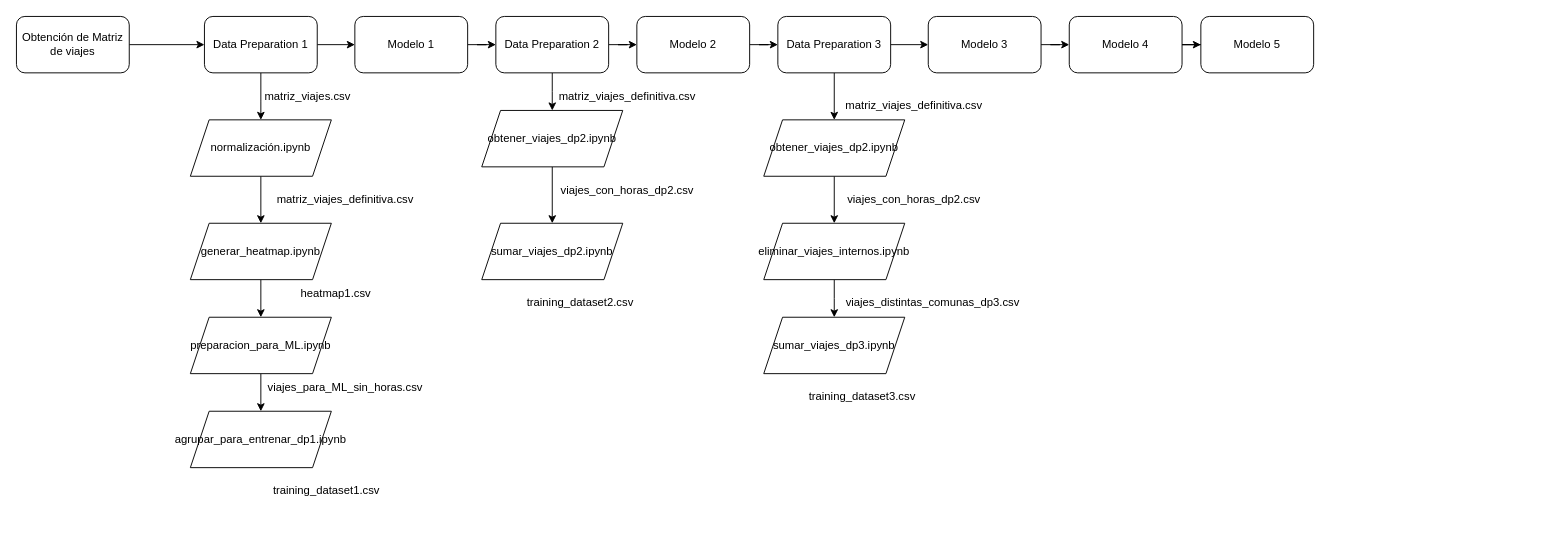
Before: Documentación/modelos.drawio in A01411547/RetoMovilidadUrbana, a draw.io diagram. Source tidied: cells renumbered, new cells numbered last; positions are measured from the earlier drawing's top-left corner, leaving out a move shared by most shapes. Both pictures are drawn from the tidied source at 94%, with x=0, y=0 at pixel (16, 16).
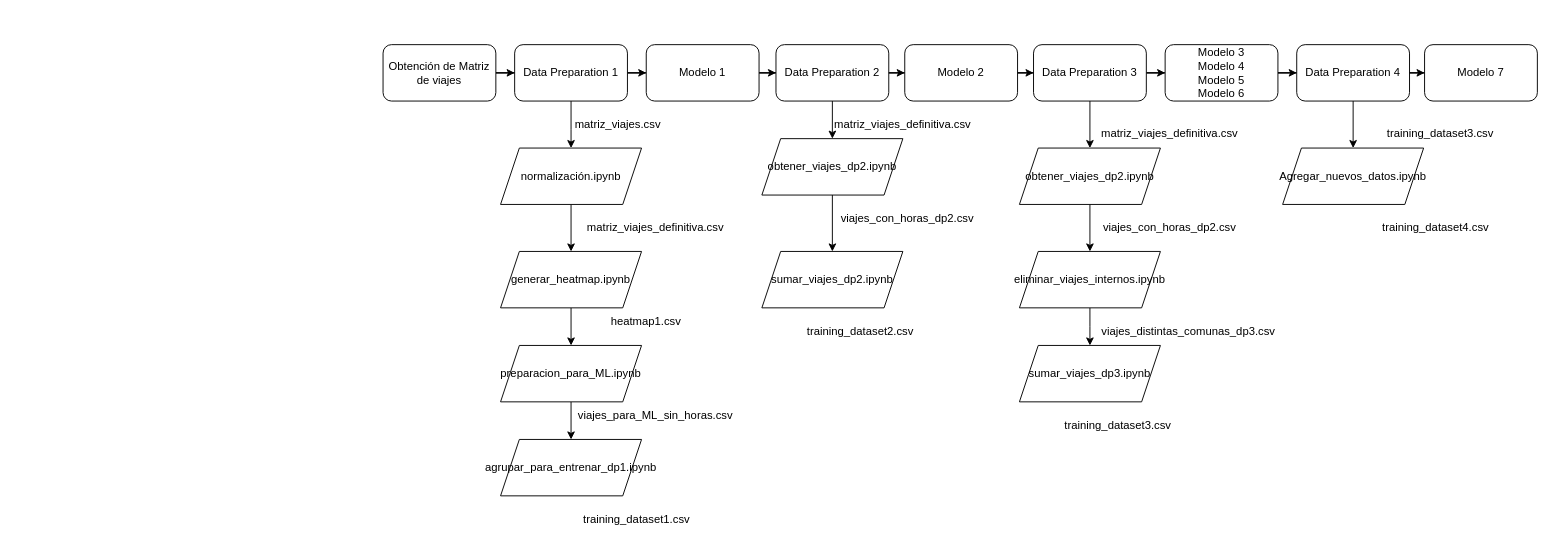
The same diagram, later.

Commit message (it also covers changes not shown here):
Actualizar diagrama de modelación

The edit, as a diff of the source:
```diff
@@
     <mxCell id="2" style="edgeStyle=orthogonalEdgeStyle;rounded=0;jettySize=auto;html=1;entryX=0.5;entryY=0;entryDx=0;entryDy=0;" parent="1" edge="1" source="4" target="23">
       <mxGeometry relative="1" as="geometry">
         <Array as="points">
-          <mxPoint x="260" y="90" />
-          <mxPoint x="260" y="90" />
+          <mxPoint x="590" y="120" />
+          <mxPoint x="590" y="120" />
         </Array>
       </mxGeometry>
     </mxCell>
@@
     <mxCell id="4" value="Data Preparation 1" style="rounded=1;whiteSpace=wrap;html=1;" parent="1" vertex="1">
-      <mxGeometry x="200" width="120" height="60" as="geometry" />
+      <mxGeometry x="530" y="30" width="120" height="60" as="geometry" />
     </mxCell>
@@
     <mxCell id="6" value="Modelo 1" style="rounded=1;whiteSpace=wrap;html=1;" parent="1" vertex="1">
-      <mxGeometry x="360" width="120" height="60" as="geometry" />
+      <mxGeometry x="670" y="30" width="120" height="60" as="geometry" />
     </mxCell>
-    <mxCell id="7" style="edgeStyle=orthogonalEdgeStyle;rounded=0;jettySize=auto;html=1;" parent="1" edge="1" source="9">
-      <mxGeometry relative="1" as="geometry">
-        <mxPoint x="570" y="100" as="targetPoint" />
-      </mxGeometry>
-    </mxCell>
@@
+    <mxCell id="49" style="edgeStyle=orthogonalEdgeStyle;rounded=0;jettySize=auto;html=1;" parent="1" edge="1" source="9" target="36">
+      <mxGeometry relative="1" as="geometry" />
+    </mxCell>
     <mxCell id="9" value="Data Preparation 2" style="rounded=1;whiteSpace=wrap;html=1;" parent="1" vertex="1">
-      <mxGeometry x="510" width="120" height="60" as="geometry" />
+      <mxGeometry x="808" y="30" width="120" height="60" as="geometry" />
     </mxCell>
@@
     <mxCell id="11" value="Modelo 2" style="rounded=1;whiteSpace=wrap;html=1;" parent="1" vertex="1">
-      <mxGeometry x="660" width="120" height="60" as="geometry" />
+      <mxGeometry x="945" y="30" width="120" height="60" as="geometry" />
     </mxCell>
@@
     <mxCell id="14" value="Data Preparation 3" style="rounded=1;whiteSpace=wrap;html=1;" parent="1" vertex="1">
-      <mxGeometry x="810" width="120" height="60" as="geometry" />
+      <mxGeometry x="1082" y="30" width="120" height="60" as="geometry" />
     </mxCell>
-    <mxCell id="15" style="edgeStyle=orthogonalEdgeStyle;rounded=0;jettySize=auto;html=1;" parent="1" edge="1" source="16" target="18">
-      <mxGeometry relative="1" as="geometry" />
-    </mxCell>
+    <mxCell id="50" style="edgeStyle=orthogonalEdgeStyle;rounded=0;jettySize=auto;html=1;entryX=0;entryY=0.5;entryDx=0;entryDy=0;" parent="1" edge="1" source="16" target="53">
+      <mxGeometry relative="1" as="geometry" />
+    </mxCell>
-    <mxCell id="16" value="Modelo 3" style="rounded=1;whiteSpace=wrap;html=1;" parent="1" vertex="1">
-      <mxGeometry x="970" width="120" height="60" as="geometry" />
+    <mxCell id="16" value="Modelo 3&lt;br&gt;Modelo 4&lt;br&gt;Modelo 5&lt;br&gt;Modelo 6" style="rounded=1;whiteSpace=wrap;html=1;" parent="1" vertex="1">
+      <mxGeometry x="1222" y="30" width="120" height="60" as="geometry" />
     </mxCell>
-    <mxCell id="17" style="edgeStyle=orthogonalEdgeStyle;rounded=0;jettySize=auto;html=1;" parent="1" edge="1" source="18" target="19">
-      <mxGeometry relative="1" as="geometry" />
-    </mxCell>
-    <mxCell id="18" value="Modelo 4&lt;br&gt;" style="rounded=1;whiteSpace=wrap;html=1;" parent="1" vertex="1">
-      <mxGeometry x="1120" width="120" height="60" as="geometry" />
-    </mxCell>
-    <mxCell id="19" value="Modelo 5&lt;br&gt;" style="rounded=1;whiteSpace=wrap;html=1;" parent="1" vertex="1">
-      <mxGeometry x="1260" width="120" height="60" as="geometry" />
-    </mxCell>
@@
     <mxCell id="21" value="Obtención de Matriz de viajes" style="rounded=1;whiteSpace=wrap;html=1;" parent="1" vertex="1">
-      <mxGeometry width="120" height="60" as="geometry" />
+      <mxGeometry x="390" y="30" width="120" height="60" as="geometry" />
     </mxCell>
@@
     <mxCell id="23" value="normalización.ipynb" style="shape=parallelogram;perimeter=parallelogramPerimeter;whiteSpace=wrap;html=1;fixedSize=1;" parent="1" vertex="1">
-      <mxGeometry x="185" y="110" width="150" height="60" as="geometry" />
+      <mxGeometry x="515" y="140" width="150" height="60" as="geometry" />
     </mxCell>
@@
     <mxCell id="25" value="generar_heatmap.ipynb" style="shape=parallelogram;perimeter=parallelogramPerimeter;whiteSpace=wrap;html=1;fixedSize=1;" parent="1" vertex="1">
-      <mxGeometry x="185" y="220" width="150" height="60" as="geometry" />
+      <mxGeometry x="515" y="250" width="150" height="60" as="geometry" />
     </mxCell>
@@
     <mxCell id="27" value="preparacion_para_ML.ipynb" style="shape=parallelogram;perimeter=parallelogramPerimeter;whiteSpace=wrap;html=1;fixedSize=1;" parent="1" vertex="1">
-      <mxGeometry x="185" y="320" width="150" height="60" as="geometry" />
+      <mxGeometry x="515" y="350" width="150" height="60" as="geometry" />
     </mxCell>
     <mxCell id="28" value="agrupar_para_entrenar_dp1.ipynb" style="shape=parallelogram;perimeter=parallelogramPerimeter;whiteSpace=wrap;html=1;fixedSize=1;" parent="1" vertex="1">
-      <mxGeometry x="185" y="420" width="150" height="60" as="geometry" />
+      <mxGeometry x="515" y="450" width="150" height="60" as="geometry" />
     </mxCell>
     <mxCell id="29" value="matriz_viajes.csv" style="text;html=1;strokeColor=none;fillColor=none;align=center;verticalAlign=middle;whiteSpace=wrap;rounded=0;" parent="1" vertex="1">
-      <mxGeometry x="280" y="70" width="60" height="30" as="geometry" />
+      <mxGeometry x="610" y="100" width="60" height="30" as="geometry" />
     </mxCell>
     <mxCell id="30" value="matriz_viajes_definitiva.csv" style="text;html=1;strokeColor=none;fillColor=none;align=center;verticalAlign=middle;whiteSpace=wrap;rounded=0;" parent="1" vertex="1">
-      <mxGeometry x="320" y="180" width="60" height="30" as="geometry" />
+      <mxGeometry x="650" y="210" width="60" height="30" as="geometry" />
     </mxCell>
     <mxCell id="31" value="heatmap1.csv" style="text;html=1;strokeColor=none;fillColor=none;align=center;verticalAlign=middle;whiteSpace=wrap;rounded=0;" parent="1" vertex="1">
-      <mxGeometry x="310" y="280" width="60" height="30" as="geometry" />
+      <mxGeometry x="640" y="310" width="60" height="30" as="geometry" />
     </mxCell>
     <mxCell id="32" value="viajes_para_ML_sin_horas.csv" style="text;html=1;strokeColor=none;fillColor=none;align=center;verticalAlign=middle;whiteSpace=wrap;rounded=0;" parent="1" vertex="1">
-      <mxGeometry x="320" y="380" width="60" height="30" as="geometry" />
+      <mxGeometry x="650" y="410" width="60" height="30" as="geometry" />
     </mxCell>
     <mxCell id="33" value="training_dataset1.csv" style="text;html=1;strokeColor=none;fillColor=none;align=center;verticalAlign=middle;whiteSpace=wrap;rounded=0;" parent="1" vertex="1">
-      <mxGeometry x="300" y="490" width="60" height="30" as="geometry" />
+      <mxGeometry x="630" y="520" width="60" height="30" as="geometry" />
     </mxCell>
     <mxCell id="34" value="matriz_viajes_definitiva.csv" style="text;html=1;strokeColor=none;fillColor=none;align=center;verticalAlign=middle;whiteSpace=wrap;rounded=0;" parent="1" vertex="1">
-      <mxGeometry x="620" y="70" width="60" height="30" as="geometry" />
+      <mxGeometry x="913" y="100" width="60" height="30" as="geometry" />
     </mxCell>
@@
     <mxCell id="36" value="obtener_viajes_dp2.ipynb" style="shape=parallelogram;perimeter=parallelogramPerimeter;whiteSpace=wrap;html=1;fixedSize=1;" parent="1" vertex="1">
-      <mxGeometry x="495" y="100" width="150" height="60" as="geometry" />
+      <mxGeometry x="793" y="130" width="150" height="60" as="geometry" />
     </mxCell>
     <mxCell id="37" value="sumar_viajes_dp2.ipynb" style="shape=parallelogram;perimeter=parallelogramPerimeter;whiteSpace=wrap;html=1;fixedSize=1;" parent="1" vertex="1">
-      <mxGeometry x="495" y="220" width="150" height="60" as="geometry" />
+      <mxGeometry x="793" y="250" width="150" height="60" as="geometry" />
     </mxCell>
     <mxCell id="38" value="viajes_con_horas_dp2.csv" style="text;html=1;strokeColor=none;fillColor=none;align=center;verticalAlign=middle;whiteSpace=wrap;rounded=0;" parent="1" vertex="1">
-      <mxGeometry x="620" y="170" width="60" height="30" as="geometry" />
+      <mxGeometry x="918" y="200" width="60" height="30" as="geometry" />
     </mxCell>
     <mxCell id="39" value="training_dataset2.csv" style="text;html=1;strokeColor=none;fillColor=none;align=center;verticalAlign=middle;whiteSpace=wrap;rounded=0;" parent="1" vertex="1">
-      <mxGeometry x="570" y="290" width="60" height="30" as="geometry" />
+      <mxGeometry x="868" y="320" width="60" height="30" as="geometry" />
     </mxCell>
     <mxCell id="40" value="matriz_viajes_definitiva.csv" style="text;html=1;strokeColor=none;fillColor=none;align=center;verticalAlign=middle;whiteSpace=wrap;rounded=0;" parent="1" vertex="1">
-      <mxGeometry x="925" y="80" width="60" height="30" as="geometry" />
+      <mxGeometry x="1197" y="110" width="60" height="30" as="geometry" />
     </mxCell>
@@
     <mxCell id="42" value="obtener_viajes_dp2.ipynb" style="shape=parallelogram;perimeter=parallelogramPerimeter;whiteSpace=wrap;html=1;fixedSize=1;" parent="1" vertex="1">
-      <mxGeometry x="795" y="110" width="150" height="60" as="geometry" />
+      <mxGeometry x="1067" y="140" width="150" height="60" as="geometry" />
     </mxCell>
     <mxCell id="43" value="viajes_con_horas_dp2.csv" style="text;html=1;strokeColor=none;fillColor=none;align=center;verticalAlign=middle;whiteSpace=wrap;rounded=0;" parent="1" vertex="1">
-      <mxGeometry x="925" y="180" width="60" height="30" as="geometry" />
+      <mxGeometry x="1197" y="210" width="60" height="30" as="geometry" />
     </mxCell>
     <mxCell id="44" style="edgeStyle=orthogonalEdgeStyle;rounded=0;jettySize=auto;html=1;" parent="1" edge="1" source="45">
       <mxGeometry relative="1" as="geometry">
-        <mxPoint x="870" y="320" as="targetPoint" />
+        <mxPoint x="1142" y="350" as="targetPoint" />
       </mxGeometry>
     </mxCell>
     <mxCell id="45" value="eliminar_viajes_internos.ipynb" style="shape=parallelogram;perimeter=parallelogramPerimeter;whiteSpace=wrap;html=1;fixedSize=1;" parent="1" vertex="1">
-      <mxGeometry x="795" y="220" width="150" height="60" as="geometry" />
+      <mxGeometry x="1067" y="250" width="150" height="60" as="geometry" />
     </mxCell>
     <mxCell id="46" value="viajes_distintas_comunas_dp3.csv" style="text;html=1;strokeColor=none;fillColor=none;align=center;verticalAlign=middle;whiteSpace=wrap;rounded=0;" parent="1" vertex="1">
-      <mxGeometry x="945" y="290" width="60" height="30" as="geometry" />
+      <mxGeometry x="1217" y="320" width="60" height="30" as="geometry" />
     </mxCell>
     <mxCell id="47" value="sumar_viajes_dp3.ipynb" style="shape=parallelogram;perimeter=parallelogramPerimeter;whiteSpace=wrap;html=1;fixedSize=1;" parent="1" vertex="1">
-      <mxGeometry x="795" y="320" width="150" height="60" as="geometry" />
+      <mxGeometry x="1067" y="350" width="150" height="60" as="geometry" />
     </mxCell>
     <mxCell id="48" value="training_dataset3.csv" style="text;html=1;strokeColor=none;fillColor=none;align=center;verticalAlign=middle;whiteSpace=wrap;rounded=0;" parent="1" vertex="1">
-      <mxGeometry x="870" y="390" width="60" height="30" as="geometry" />
+      <mxGeometry x="1142" y="420" width="60" height="30" as="geometry" />
     </mxCell>
+    <mxCell id="51" style="edgeStyle=orthogonalEdgeStyle;rounded=0;jettySize=auto;html=1;" parent="1" edge="1" source="53" target="54">
+      <mxGeometry relative="1" as="geometry" />
+    </mxCell>
+    <mxCell id="52" style="edgeStyle=orthogonalEdgeStyle;rounded=0;jettySize=auto;html=1;" parent="1" edge="1" source="53" target="56">
+      <mxGeometry relative="1" as="geometry" />
+    </mxCell>
+    <mxCell id="53" value="Data Preparation 4" style="rounded=1;whiteSpace=wrap;html=1;" parent="1" vertex="1">
+      <mxGeometry x="1362" y="30" width="120" height="60" as="geometry" />
+    </mxCell>
+    <mxCell id="54" value="Modelo 7" style="rounded=1;whiteSpace=wrap;html=1;" parent="1" vertex="1">
+      <mxGeometry x="1498" y="30" width="120" height="60" as="geometry" />
+    </mxCell>
+    <mxCell id="55" value="training_dataset3.csv" style="text;html=1;strokeColor=none;fillColor=none;align=center;verticalAlign=middle;whiteSpace=wrap;rounded=0;" parent="1" vertex="1">
+      <mxGeometry x="1485" y="110" width="60" height="30" as="geometry" />
+    </mxCell>
+    <mxCell id="56" value="Agregar_nuevos_datos.ipynb" style="shape=parallelogram;perimeter=parallelogramPerimeter;whiteSpace=wrap;html=1;fixedSize=1;" parent="1" vertex="1">
+      <mxGeometry x="1347" y="140" width="150" height="60" as="geometry" />
+    </mxCell>
+    <mxCell id="57" value="training_dataset4.csv" style="text;html=1;strokeColor=none;fillColor=none;align=center;verticalAlign=middle;whiteSpace=wrap;rounded=0;" parent="1" vertex="1">
+      <mxGeometry x="1480" y="210" width="60" height="30" as="geometry" />
+    </mxCell>
```
